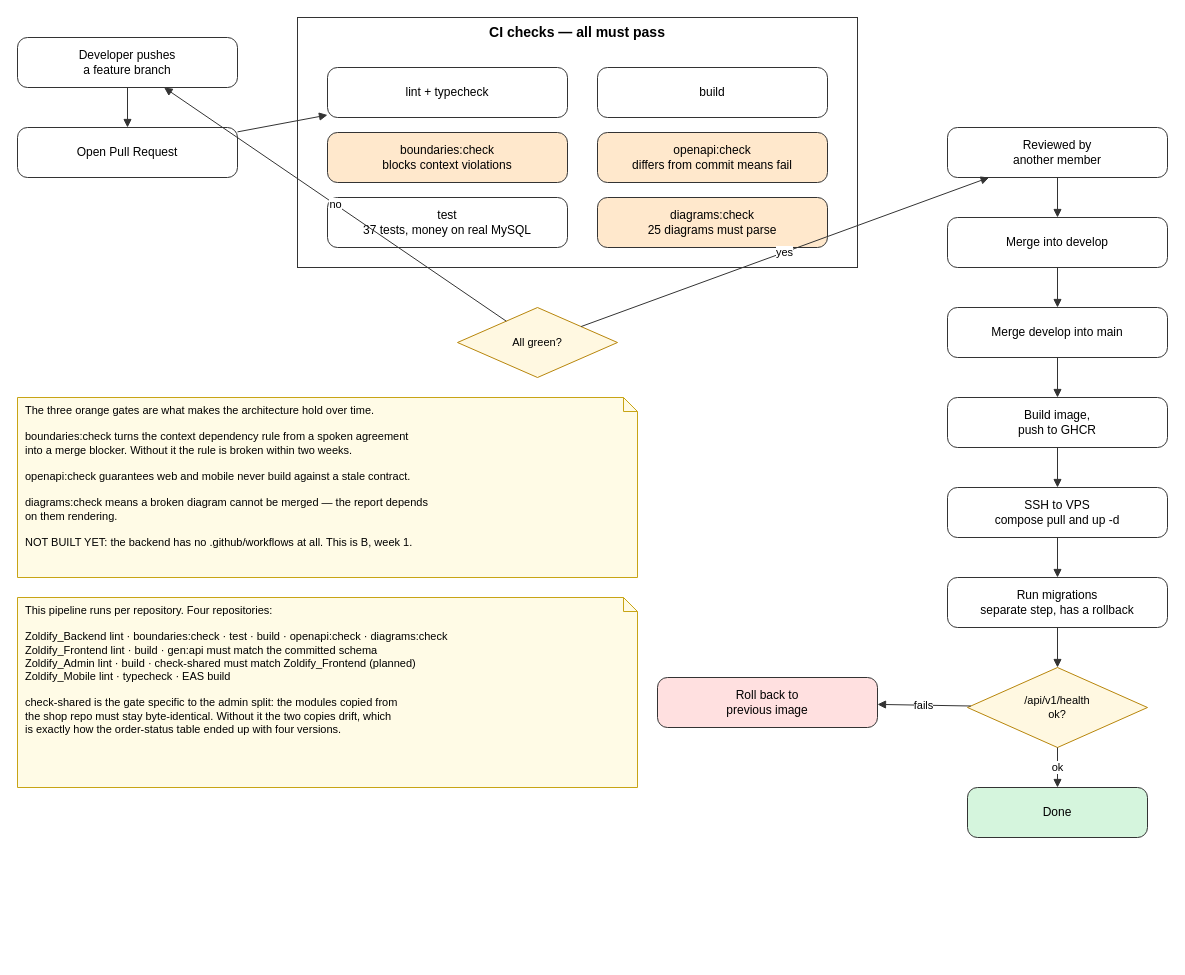
This is docs/system-design/drawio/r8-cicd-pipeline.drawio from tdat-dev/Zoldify_Backend, a draw.io file, before an edit. Source tidied: cells renumbered, new cells numbered last; positions are measured from the earlier drawing's top-left corner, leaving out a move shared by most shapes. Both pictures are drawn from the tidied source at 100%, with x=0, y=0 at pixel (17, 17).
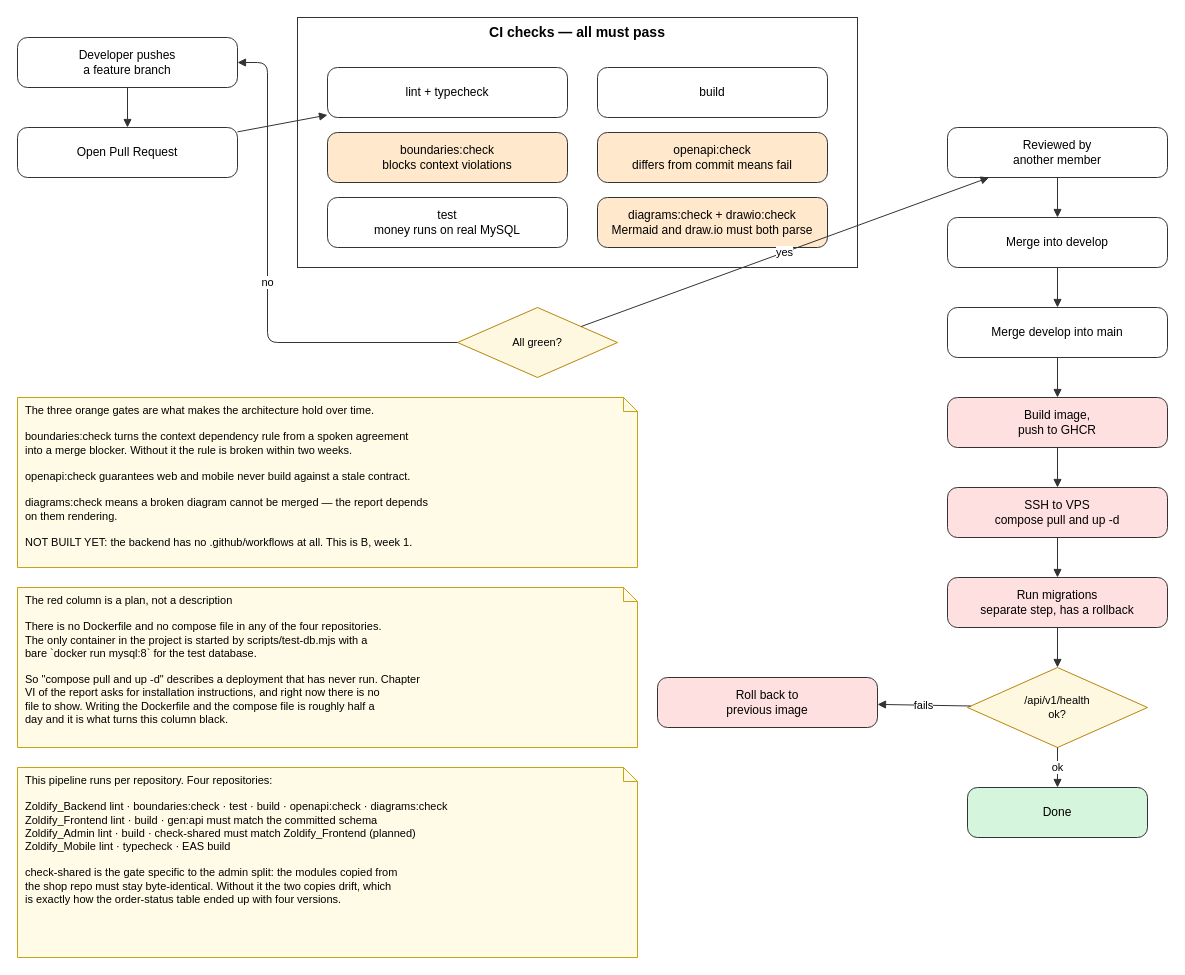
The same diagram, later.

Commit message (it also covers changes not shown here):
chore: docs(diagrams): r8 khong con ve cot trien khai bang mau cua thu da dung

Ba buoc Build image / SSH to VPS / Run migrations to do: khong co Dockerfile va
khong co file compose trong ca bon repo. Container duy nhat cua du an la
`docker run mysql:8` trong scripts/test-db.mjs. "compose pull and up -d" dang mo
ta mot lan trien khai chua bao gio chay — dung cho chuong VI se bi hoi.

Kem hai sua nho: bo con so "37 tests" (da sai sau vai ngay, va mot so dong sai
lam nguoi doc nghi ngo ca hinh), va duong quay lai khi CI do khong con cat cheo
qua khung CI cham o `test`.

Unchanged cells that the change refers to:
```xml
<mxCell id="2" value="Developer pushes&lt;br&gt;a feature branch" style="rounded=1;arcSize=20;whiteSpace=wrap;html=1;fontSize=12;verticalAlign=middle;align=center;fillColor=#ffffff;strokeColor=#333333;" parent="1" vertex="1">
  <mxGeometry y="20" width="220" height="50" as="geometry" />
</mxCell>
<mxCell id="11" value="All green?" style="rhombus;whiteSpace=wrap;html=1;fontSize=11;fillColor=#fff8e1;strokeColor=#b8860b;" parent="1" vertex="1">
  <mxGeometry x="440" y="290" width="160" height="70" as="geometry" />
</mxCell>
```

Diff of the diagram source:
```diff
@@
-    <mxCell id="7" value="test&lt;br&gt;37 tests, money on real MySQL" style="rounded=1;arcSize=20;whiteSpace=wrap;html=1;fontSize=12;verticalAlign=middle;align=center;fillColor=#ffffff;strokeColor=#333333;" parent="1" vertex="1">
+    <mxCell id="7" value="test&lt;br&gt;money runs on real MySQL" style="rounded=1;arcSize=20;whiteSpace=wrap;html=1;fontSize=12;verticalAlign=middle;align=center;fillColor=#ffffff;strokeColor=#333333;" parent="1" vertex="1">
       <mxGeometry x="310" y="180" width="240" height="50" as="geometry" />
     </mxCell>
@@
-    <mxCell id="10" value="diagrams:check&lt;br&gt;25 diagrams must parse" style="rounded=1;arcSize=20;whiteSpace=wrap;html=1;fontSize=12;verticalAlign=middle;align=center;fillColor=#ffe8cc;strokeColor=#333333;" parent="1" vertex="1">
+    <mxCell id="10" value="diagrams:check + drawio:check&lt;br&gt;Mermaid and draw.io must both parse" style="rounded=1;arcSize=20;whiteSpace=wrap;html=1;fontSize=12;verticalAlign=middle;align=center;fillColor=#ffe8cc;strokeColor=#333333;" parent="1" vertex="1">
       <mxGeometry x="580" y="180" width="230" height="50" as="geometry" />
     </mxCell>
@@
-    <mxCell id="15" value="Build image,&lt;br&gt;push to GHCR" style="rounded=1;arcSize=20;whiteSpace=wrap;html=1;fontSize=12;verticalAlign=middle;align=center;fillColor=#ffffff;strokeColor=#333333;" parent="1" vertex="1">
+    <mxCell id="15" value="Build image,&lt;br&gt;push to GHCR" style="rounded=1;arcSize=20;whiteSpace=wrap;html=1;fontSize=12;verticalAlign=middle;align=center;fillColor=#ffe0e0;strokeColor=#333333;" parent="1" vertex="1">
       <mxGeometry x="930" y="380" width="220" height="50" as="geometry" />
     </mxCell>
-    <mxCell id="16" value="SSH to VPS&lt;br&gt;compose pull and up -d" style="rounded=1;arcSize=20;whiteSpace=wrap;html=1;fontSize=12;verticalAlign=middle;align=center;fillColor=#ffffff;strokeColor=#333333;" parent="1" vertex="1">
+    <mxCell id="16" value="SSH to VPS&lt;br&gt;compose pull and up -d" style="rounded=1;arcSize=20;whiteSpace=wrap;html=1;fontSize=12;verticalAlign=middle;align=center;fillColor=#ffe0e0;strokeColor=#333333;" parent="1" vertex="1">
       <mxGeometry x="930" y="470" width="220" height="50" as="geometry" />
     </mxCell>
-    <mxCell id="17" value="Run migrations&lt;br&gt;separate step, has a rollback" style="rounded=1;arcSize=20;whiteSpace=wrap;html=1;fontSize=12;verticalAlign=middle;align=center;fillColor=#ffffff;strokeColor=#333333;" parent="1" vertex="1">
+    <mxCell id="17" value="Run migrations&lt;br&gt;separate step, has a rollback" style="rounded=1;arcSize=20;whiteSpace=wrap;html=1;fontSize=12;verticalAlign=middle;align=center;fillColor=#ffe0e0;strokeColor=#333333;" parent="1" vertex="1">
       <mxGeometry x="930" y="560" width="220" height="50" as="geometry" />
     </mxCell>
@@
-    <mxCell id="23" value="no" style="endArrow=block;endFill=1;html=1;strokeColor=#333333;fontSize=11;" parent="1" edge="1" source="11" target="2">
-      <mxGeometry relative="1" as="geometry" />
+    <mxCell id="23" value="no" style="endArrow=block;endFill=1;html=1;strokeColor=#333333;fontSize=11;exitX=0;exitY=0.5;exitDx=0;exitDy=0;entryX=1;entryY=0.5;entryDx=0;entryDy=0;" parent="1" edge="1" source="11" target="2">
+      <mxGeometry relative="1" as="geometry">
+        <Array as="points">
+          <mxPoint x="250" y="325" />
+          <mxPoint x="250" y="45" />
+        </Array>
+      </mxGeometry>
     </mxCell>
@@
     <mxCell id="33" value="The three orange gates are what makes the architecture hold over time.&lt;br&gt;&lt;br&gt;boundaries:check turns the context dependency rule from a spoken agreement&lt;br&gt;into a merge blocker. Without it the rule is broken within two weeks.&lt;br&gt;&lt;br&gt;openapi:check guarantees web and mobile never build against a stale contract.&lt;br&gt;&lt;br&gt;diagrams:check means a broken diagram cannot be merged — the report depends&lt;br&gt;on them rendering.&lt;br&gt;&lt;br&gt;NOT BUILT YET: the backend has no .github/workflows at all. This is B, week 1." style="shape=note;whiteSpace=wrap;html=1;size=14;verticalAlign=top;align=left;spacingLeft=6;fontSize=11;fillColor=#fffbe6;strokeColor=#c8a415;" parent="1" vertex="1">
-      <mxGeometry y="380" width="620" height="180" as="geometry" />
+      <mxGeometry y="380" width="620" height="170" as="geometry" />
     </mxCell>
-    <mxCell id="34" value="This pipeline runs per repository. Four repositories:&lt;br&gt;&lt;br&gt;Zoldify_Backend    lint · boundaries:check · test · build · openapi:check · diagrams:check&lt;br&gt;Zoldify_Frontend   lint · build · gen:api must match the committed schema&lt;br&gt;Zoldify_Admin      lint · build · check-shared must match Zoldify_Frontend   (planned)&lt;br&gt;Zoldify_Mobile     lint · typecheck · EAS build&lt;br&gt;&lt;br&gt;check-shared is the gate specific to the admin split: the modules copied from&lt;br&gt;the shop repo must stay byte-identical. Without it the two copies drift, which&lt;br&gt;is exactly how the order-status table ended up with four versions." style="shape=note;whiteSpace=wrap;html=1;size=14;verticalAlign=top;align=left;spacingLeft=6;fontSize=11;fillColor=#fffbe6;strokeColor=#c8a415;" parent="1" vertex="1">
-      <mxGeometry y="580" width="620" height="190" as="geometry" />
+    <mxCell id="34" value="The red column is a plan, not a description&lt;br&gt;&lt;br&gt;There is no Dockerfile and no compose file in any of the four repositories.&lt;br&gt;The only container in the project is started by scripts/test-db.mjs with a&lt;br&gt;bare `docker run mysql:8` for the test database.&lt;br&gt;&lt;br&gt;So &quot;compose pull and up -d&quot; describes a deployment that has never run. Chapter&lt;br&gt;VI of the report asks for installation instructions, and right now there is no&lt;br&gt;file to show. Writing the Dockerfile and the compose file is roughly half a&lt;br&gt;day and it is what turns this column black." style="shape=note;whiteSpace=wrap;html=1;size=14;verticalAlign=top;align=left;spacingLeft=6;fontSize=11;fillColor=#fffbe6;strokeColor=#c8a415;" parent="1" vertex="1">
+      <mxGeometry y="570" width="620" height="160" as="geometry" />
     </mxCell>
+    <mxCell id="35" value="This pipeline runs per repository. Four repositories:&lt;br&gt;&lt;br&gt;Zoldify_Backend    lint · boundaries:check · test · build · openapi:check · diagrams:check&lt;br&gt;Zoldify_Frontend   lint · build · gen:api must match the committed schema&lt;br&gt;Zoldify_Admin      lint · build · check-shared must match Zoldify_Frontend   (planned)&lt;br&gt;Zoldify_Mobile     lint · typecheck · EAS build&lt;br&gt;&lt;br&gt;check-shared is the gate specific to the admin split: the modules copied from&lt;br&gt;the shop repo must stay byte-identical. Without it the two copies drift, which&lt;br&gt;is exactly how the order-status table ended up with four versions." style="shape=note;whiteSpace=wrap;html=1;size=14;verticalAlign=top;align=left;spacingLeft=6;fontSize=11;fillColor=#fffbe6;strokeColor=#c8a415;" parent="1" vertex="1">
+      <mxGeometry y="750" width="620" height="190" as="geometry" />
+    </mxCell>
```
